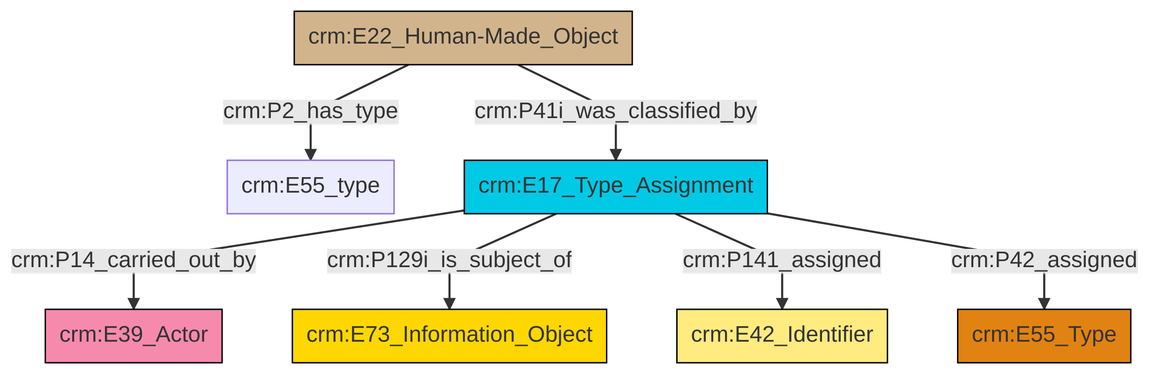
The Mermaid diagram et/builtWorkCSV/ttl/mmd/png/Built_Work_designation_status.png in swiss-art-research-net/reference-data-models, before a commit. Its source is kept beside it as et/builtWorkCSV/ttl/mmd/Built_Work_designation_status.ttl.mmd.
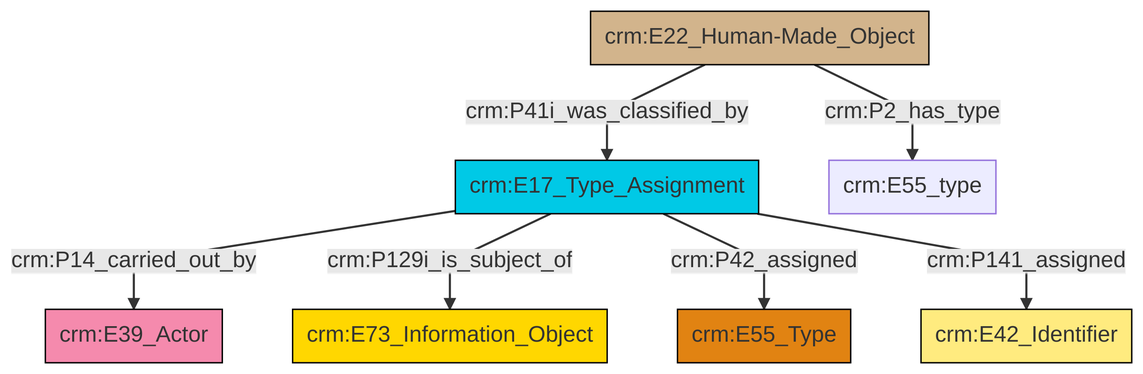
After the change.

What changed in the source:
```diff
@@ -13,9 +13,9 @@
 classDef PC_Classes fill:#4ce600, stroke:#000000;
 classDef Multi fill:#cccccc,stroke:#000000;
 
-0["crm:E22_Human-Made_Object"]:::Physical_Thing -->|crm:P2_has_type| 1["crm:E55_type"]:::Default
-4["crm:E17_Type_Assignment"]:::Temporal_Entity -->|crm:P14_carried_out_by| 2["crm:E39_Actor"]:::Actor
-0["crm:E22_Human-Made_Object"]:::Physical_Thing -->|crm:P41i_was_classified_by| 4["crm:E17_Type_Assignment"]:::Temporal_Entity
-4["crm:E17_Type_Assignment"]:::Temporal_Entity -->|crm:P129i_is_subject_of| 5["crm:E73_Information_Object"]:::Conceptual_Object
-4["crm:E17_Type_Assignment"]:::Temporal_Entity -->|crm:P141_assigned| 6["crm:E42_Identifier"]:::Appellation
-4["crm:E17_Type_Assignment"]:::Temporal_Entity -->|crm:P42_assigned| 7["crm:E55_Type"]:::Type
+2["crm:E17_Type_Assignment"]:::Temporal_Entity -->|crm:P14_carried_out_by| 3["crm:E39_Actor"]:::Actor
+4["crm:E22_Human-Made_Object"]:::Physical_Thing -->|crm:P41i_was_classified_by| 2["crm:E17_Type_Assignment"]:::Temporal_Entity
+2["crm:E17_Type_Assignment"]:::Temporal_Entity -->|crm:P129i_is_subject_of| 7["crm:E73_Information_Object"]:::Conceptual_Object
+2["crm:E17_Type_Assignment"]:::Temporal_Entity -->|crm:P42_assigned| 9["crm:E55_Type"]:::Type
+2["crm:E17_Type_Assignment"]:::Temporal_Entity -->|crm:P141_assigned| 0["crm:E42_Identifier"]:::Appellation
+4["crm:E22_Human-Made_Object"]:::Physical_Thing -->|crm:P2_has_type| 5["crm:E55_type"]:::Default
```
